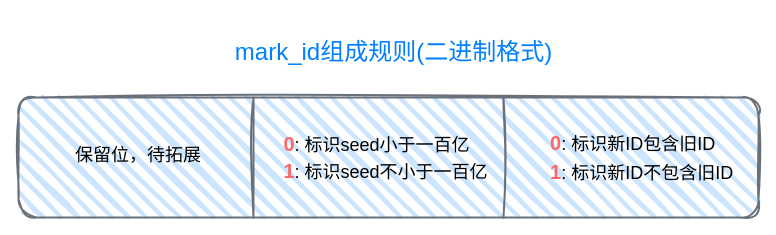
Earlier version of the draw.io diagram mark_id编码规则.drawio (dimdark/my-drawio). Source tidied: cells renumbered, new cells numbered last; positions are measured from the earlier drawing's top-left corner, leaving out a move shared by most shapes. Both pictures are drawn from the tidied source at 100%, with x=0, y=0 at pixel (18, 17).
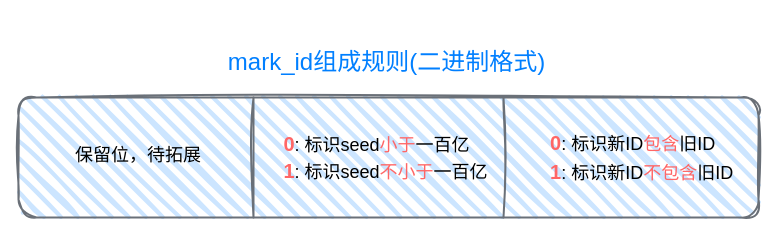
Above is the later version.

Commit message (it also covers changes not shown here):
更新mark_id编码规则.drawio

Diff of the diagram source:
```diff
@@
 <mxGraphModel>
   <root>
     <mxCell id="0" />
     <mxCell id="1" parent="0" />
     <mxCell id="2" style="rounded=1;whiteSpace=wrap;html=1;fillColor=#CCE5FF;strokeColor=#6A7078;sketch=1;jiggle=2;fillWeight=4;hachureGap=12;hachureAngle=45;curveFitting=0.95;strokeWidth=2;shadow=0;glass=0;" parent="1" vertex="1">
       <mxGeometry y="80" width="740" height="120" as="geometry" />
     </mxCell>
     <mxCell id="3" style="line;strokeWidth=2;direction=south;html=1;perimeter=backbonePerimeter;sketch=1;fillWeight=4;hachureGap=12;hachureAngle=45;jiggle=2;curveFitting=0.95;strokeColor=#6A7078;fillColor=#CCE5FF;fontSize=4;" parent="1" vertex="1">
       <mxGeometry x="230" y="80" width="10" height="120" as="geometry" />
     </mxCell>
-    <mxCell id="4" value="&lt;p style=&quot;line-height: 140%; font-size: 18px;&quot;&gt;&lt;/p&gt;&lt;div style=&quot;line-height: 150%;&quot;&gt;&lt;span style=&quot;background-color: initial;&quot;&gt;&lt;font size=&quot;1&quot; style=&quot;&quot; color=&quot;#ff6666&quot;&gt;&lt;b style=&quot;font-size: 20px;&quot;&gt;0&lt;/b&gt;&lt;/font&gt;: 标识新ID包含旧ID&lt;/span&gt;&lt;/div&gt;&lt;div style=&quot;&quot;&gt;&lt;span style=&quot;background-color: initial;&quot;&gt;&lt;b style=&quot;&quot;&gt;&lt;font color=&quot;#ff6666&quot; style=&quot;font-size: 20px;&quot;&gt;1&lt;/font&gt;&lt;/b&gt;: 标识新ID不包含旧ID&lt;/span&gt;&lt;/div&gt;&lt;p style=&quot;font-size: 18px;&quot;&gt;&lt;/p&gt;" style="text;html=1;strokeColor=none;fillColor=none;align=left;verticalAlign=middle;whiteSpace=wrap;rounded=0;sketch=1;fillWeight=4;hachureGap=12;hachureAngle=45;jiggle=2;curveFitting=0.95;strokeWidth=2;spacing=2;fontFamily=Helvetica;fontStyle=0;fontSize=18;" parent="1" vertex="1">
+    <mxCell id="4" value="&lt;p style=&quot;line-height: 140%; font-size: 18px;&quot;&gt;&lt;/p&gt;&lt;div style=&quot;line-height: 150%;&quot;&gt;&lt;span style=&quot;background-color: initial;&quot;&gt;&lt;font size=&quot;1&quot; style=&quot;&quot; color=&quot;#ff6666&quot;&gt;&lt;b style=&quot;font-size: 20px;&quot;&gt;0&lt;/b&gt;&lt;/font&gt;: 标识新ID&lt;font color=&quot;#ff6666&quot;&gt;包含&lt;/font&gt;旧ID&lt;/span&gt;&lt;/div&gt;&lt;div style=&quot;&quot;&gt;&lt;span style=&quot;background-color: initial;&quot;&gt;&lt;b style=&quot;&quot;&gt;&lt;font color=&quot;#ff6666&quot; style=&quot;font-size: 20px;&quot;&gt;1&lt;/font&gt;&lt;/b&gt;: 标识新ID&lt;font color=&quot;#ff6666&quot;&gt;不包含&lt;/font&gt;旧ID&lt;/span&gt;&lt;/div&gt;&lt;p style=&quot;font-size: 18px;&quot;&gt;&lt;/p&gt;" style="text;html=1;strokeColor=none;fillColor=none;align=left;verticalAlign=middle;whiteSpace=wrap;rounded=0;sketch=1;fillWeight=4;hachureGap=12;hachureAngle=45;jiggle=2;curveFitting=0.95;strokeWidth=2;spacing=2;fontFamily=Helvetica;fontStyle=0;fontSize=18;" parent="1" vertex="1">
       <mxGeometry x="530" y="105" width="190" height="70" as="geometry" />
     </mxCell>
-    <mxCell id="5" value="&lt;p style=&quot;line-height: 150%; font-size: 18px;&quot;&gt;&lt;/p&gt;&lt;div style=&quot;text-align: left; line-height: 150%;&quot;&gt;&lt;span style=&quot;background-color: initial;&quot;&gt;&lt;font color=&quot;#ff6666&quot; style=&quot;font-size: 20px;&quot;&gt;&lt;b&gt;0&lt;/b&gt;&lt;/font&gt;&lt;/span&gt;&lt;span style=&quot;font-size: 18px; background-color: initial;&quot;&gt;: 标识seed小于一百亿&lt;/span&gt;&lt;/div&gt;&lt;b&gt;&lt;font color=&quot;#ff6666&quot; style=&quot;font-size: 20px;&quot;&gt;1&lt;/font&gt;&lt;/b&gt;: 标识seed不小于一百亿&lt;p style=&quot;font-size: 18px;&quot;&gt;&lt;/p&gt;" style="text;html=1;strokeColor=none;fillColor=none;align=center;verticalAlign=middle;whiteSpace=wrap;rounded=0;sketch=1;fillWeight=4;hachureGap=12;hachureAngle=45;jiggle=2;curveFitting=0.95;strokeWidth=2;spacing=2;fontSize=18;" parent="1" vertex="1">
+    <mxCell id="5" value="&lt;p style=&quot;line-height: 150%; font-size: 18px;&quot;&gt;&lt;/p&gt;&lt;div style=&quot;text-align: left; line-height: 150%;&quot;&gt;&lt;span style=&quot;background-color: initial;&quot;&gt;&lt;font color=&quot;#ff6666&quot; style=&quot;font-size: 20px;&quot;&gt;&lt;b&gt;0&lt;/b&gt;&lt;/font&gt;&lt;/span&gt;&lt;span style=&quot;font-size: 18px; background-color: initial;&quot;&gt;: 标识seed&lt;font color=&quot;#ff6666&quot;&gt;小于&lt;/font&gt;一百亿&lt;/span&gt;&lt;/div&gt;&lt;b&gt;&lt;font color=&quot;#ff6666&quot; style=&quot;font-size: 20px;&quot;&gt;1&lt;/font&gt;&lt;/b&gt;: 标识seed&lt;font color=&quot;#ff6666&quot;&gt;不小于&lt;/font&gt;一百亿&lt;p style=&quot;font-size: 18px;&quot;&gt;&lt;/p&gt;" style="text;html=1;strokeColor=none;fillColor=none;align=center;verticalAlign=middle;whiteSpace=wrap;rounded=0;sketch=1;fillWeight=4;hachureGap=12;hachureAngle=45;jiggle=2;curveFitting=0.95;strokeWidth=2;spacing=2;fontSize=18;" parent="1" vertex="1">
       <mxGeometry x="255" y="95" width="225" height="90" as="geometry" />
     </mxCell>
     <mxCell id="6" value="保留位，待拓展&lt;br style=&quot;font-size: 18px;&quot;&gt;&lt;p style=&quot;line-height: 150%; font-size: 18px;&quot;&gt;&lt;/p&gt;&lt;div style=&quot;text-align: left; font-size: 18px;&quot;&gt;&lt;/div&gt;&lt;p style=&quot;font-size: 18px;&quot;&gt;&lt;/p&gt;" style="text;html=1;strokeColor=none;fillColor=none;align=center;verticalAlign=bottom;whiteSpace=wrap;rounded=0;sketch=1;fillWeight=4;hachureGap=12;hachureAngle=45;jiggle=2;curveFitting=0.95;strokeWidth=2;spacing=2;fontSize=18;" parent="1" vertex="1">
       <mxGeometry x="30" y="110" width="180" height="60" as="geometry" />
     </mxCell>
     <mxCell id="7" style="line;strokeWidth=2;direction=south;html=1;perimeter=backbonePerimeter;sketch=1;fillWeight=4;hachureGap=12;hachureAngle=45;jiggle=2;curveFitting=0.95;strokeColor=#6A7078;fillColor=#CCE5FF;fontSize=4;" parent="1" vertex="1">
       <mxGeometry x="480" y="80" width="10" height="120" as="geometry" />
     </mxCell>
     <mxCell id="8" value="mark_id组成规则(二进制格式)" style="text;strokeColor=none;fillColor=none;html=1;fontSize=24;fontStyle=0;verticalAlign=middle;align=center;labelBackgroundColor=none;labelBorderColor=none;sketch=1;fillWeight=4;hachureGap=12;hachureAngle=45;jiggle=2;curveFitting=0.95;strokeWidth=2;fontFamily=Helvetica;fontColor=#007FFF;" parent="1" vertex="1">
-      <mxGeometry x="180" width="390" height="70" as="geometry" />
+      <mxGeometry x="172.5" y="10" width="390" height="70" as="geometry" />
     </mxCell>
   </root>
 </mxGraphModel>
```
